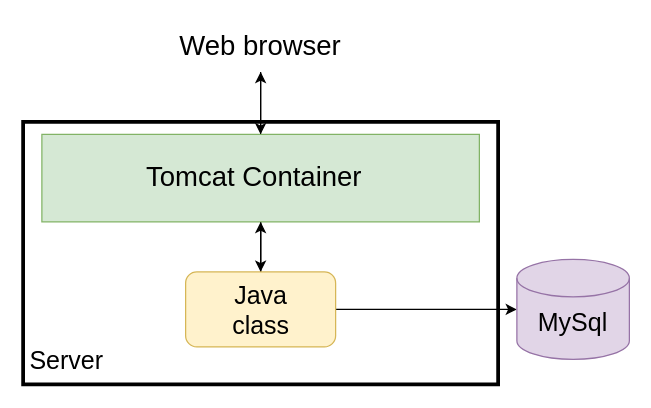
thisisaish/javaOcr keeps this draw.io diagram as Untitled Diagram.drawio. Above is the earlier version. Source tidied: cells renumbered, new cells numbered last; positions are measured from the earlier drawing's top-left corner, leaving out a move shared by most shapes. Both pictures are drawn from the tidied source at 125%, with x=0, y=0 at pixel (22, 21).
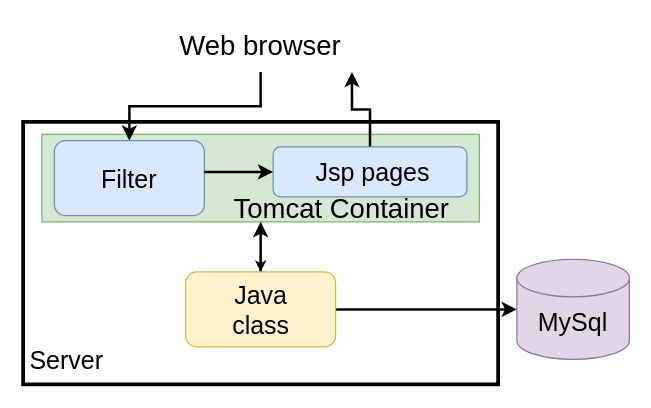
The same diagram, later.

Unchanged cells that the change refers to:
```xml
<mxCell id="6" style="rounded=0;whiteSpace=wrap;html=1;fillColor=#d5e8d4;strokeColor=#82b366;" parent="1" vertex="1">
  <mxGeometry x="15" y="90" width="350" height="70" as="geometry" />
</mxCell>
<mxCell id="8" value="Web browser" style="text;html=1;strokeColor=none;fillColor=none;align=center;verticalAlign=middle;whiteSpace=wrap;rounded=0;fontSize=22;" parent="1" vertex="1">
  <mxGeometry x="60" width="260" height="40" as="geometry" />
</mxCell>
<mxCell id="12" style="rounded=1;whiteSpace=wrap;html=1;fontSize=22;fillColor=#fff2cc;strokeColor=#d6b656;" parent="1" vertex="1">
  <mxGeometry x="130" y="200" width="120" height="60" as="geometry" />
</mxCell>
<mxCell id="14" style="shape=cylinder3;whiteSpace=wrap;html=1;boundedLbl=1;backgroundOutline=1;size=15;fontSize=20;fillColor=#e1d5e7;strokeColor=#9673a6;" parent="1" vertex="1">
  <mxGeometry x="395" y="190" width="90" height="80" as="geometry" />
</mxCell>
```

The edit, as a diff of the source:
```diff
@@
-    <mxCell id="3" style="edgeStyle=orthogonalEdgeStyle;rounded=0;jettySize=auto;html=1;entryX=0.5;entryY=1;entryDx=0;entryDy=0;" parent="1" edge="1" source="6" target="8">
-      <mxGeometry relative="1" as="geometry" />
-    </mxCell>
@@
-    <mxCell id="7" style="edgeStyle=orthogonalEdgeStyle;rounded=0;jettySize=auto;html=1;entryX=0.5;entryY=0;entryDx=0;entryDy=0;" parent="1" edge="1" source="8" target="6">
-      <mxGeometry relative="1" as="geometry" />
-    </mxCell>
+    <mxCell id="17" style="edgeStyle=orthogonalEdgeStyle;rounded=0;jettySize=auto;html=1;entryX=0.5;entryY=0;entryDx=0;entryDy=0;fontSize=20;strokeWidth=2;" parent="1" edge="1" source="8" target="18">
+      <mxGeometry relative="1" as="geometry" />
+    </mxCell>
@@
     <mxCell id="9" value="Tomcat Container" style="text;html=1;strokeColor=none;fillColor=none;align=center;verticalAlign=middle;whiteSpace=wrap;rounded=0;fontSize=22;" parent="1" vertex="1">
-      <mxGeometry x="75" y="115" width="220" height="20" as="geometry" />
+      <mxGeometry x="145" y="140" width="220" height="20" as="geometry" />
     </mxCell>
-    <mxCell id="10" style="edgeStyle=orthogonalEdgeStyle;rounded=0;jettySize=auto;html=1;entryX=0.5;entryY=1;entryDx=0;entryDy=0;fontSize=22;" parent="1" edge="1" source="12" target="6">
+    <mxCell id="10" style="edgeStyle=orthogonalEdgeStyle;rounded=0;jettySize=auto;html=1;entryX=0.5;entryY=1;entryDx=0;entryDy=0;fontSize=22;strokeWidth=2;" parent="1" edge="1" source="12" target="6">
       <mxGeometry relative="1" as="geometry" />
     </mxCell>
-    <mxCell id="11" style="edgeStyle=orthogonalEdgeStyle;rounded=0;jettySize=auto;html=1;entryX=0;entryY=0.5;entryDx=0;entryDy=0;entryPerimeter=0;fontSize=20;" parent="1" edge="1" source="12" target="14">
+    <mxCell id="11" style="edgeStyle=orthogonalEdgeStyle;rounded=0;jettySize=auto;html=1;entryX=0;entryY=0.5;entryDx=0;entryDy=0;entryPerimeter=0;fontSize=20;strokeWidth=2;" parent="1" edge="1" source="12" target="14">
       <mxGeometry relative="1" as="geometry" />
     </mxCell>
@@
+    <mxCell id="18" style="rounded=1;whiteSpace=wrap;html=1;strokeWidth=1;fontSize=20;fillColor=#dae8fc;strokeColor=#6c8ebf;" parent="1" vertex="1">
+      <mxGeometry x="25" y="95" width="120" height="60" as="geometry" />
+    </mxCell>
+    <mxCell id="19" value="Filter" style="text;html=1;strokeColor=none;fillColor=none;align=center;verticalAlign=middle;whiteSpace=wrap;rounded=0;fontSize=20;" parent="1" vertex="1">
+      <mxGeometry x="65" y="115" width="40" height="20" as="geometry" />
+    </mxCell>
+    <mxCell id="20" style="edgeStyle=orthogonalEdgeStyle;rounded=0;jettySize=auto;html=1;entryX=0.781;entryY=1.001;entryDx=0;entryDy=0;entryPerimeter=0;fontSize=20;strokeWidth=2;" parent="1" edge="1" source="21" target="8">
+      <mxGeometry relative="1" as="geometry" />
+    </mxCell>
+    <mxCell id="21" style="rounded=1;whiteSpace=wrap;html=1;strokeWidth=1;fillColor=#dae8fc;fontSize=20;strokeColor=#6c8ebf;" parent="1" vertex="1">
+      <mxGeometry x="200" y="100" width="155" height="40" as="geometry" />
+    </mxCell>
+    <mxCell id="22" value="Jsp pages" style="text;html=1;strokeColor=none;fillColor=none;align=center;verticalAlign=middle;whiteSpace=wrap;rounded=0;fontSize=20;" parent="1" vertex="1">
+      <mxGeometry x="215" y="110" width="130" height="20" as="geometry" />
+    </mxCell>
+    <mxCell id="23" style="endArrow=classic;html=1;fontSize=20;entryX=0;entryY=0.5;entryDx=0;entryDy=0;strokeWidth=2;" parent="1" edge="1" target="21">
+      <mxGeometry relative="1" as="geometry">
+        <mxPoint x="145" y="120" as="sourcePoint" />
+      </mxGeometry>
+    </mxCell>
```
